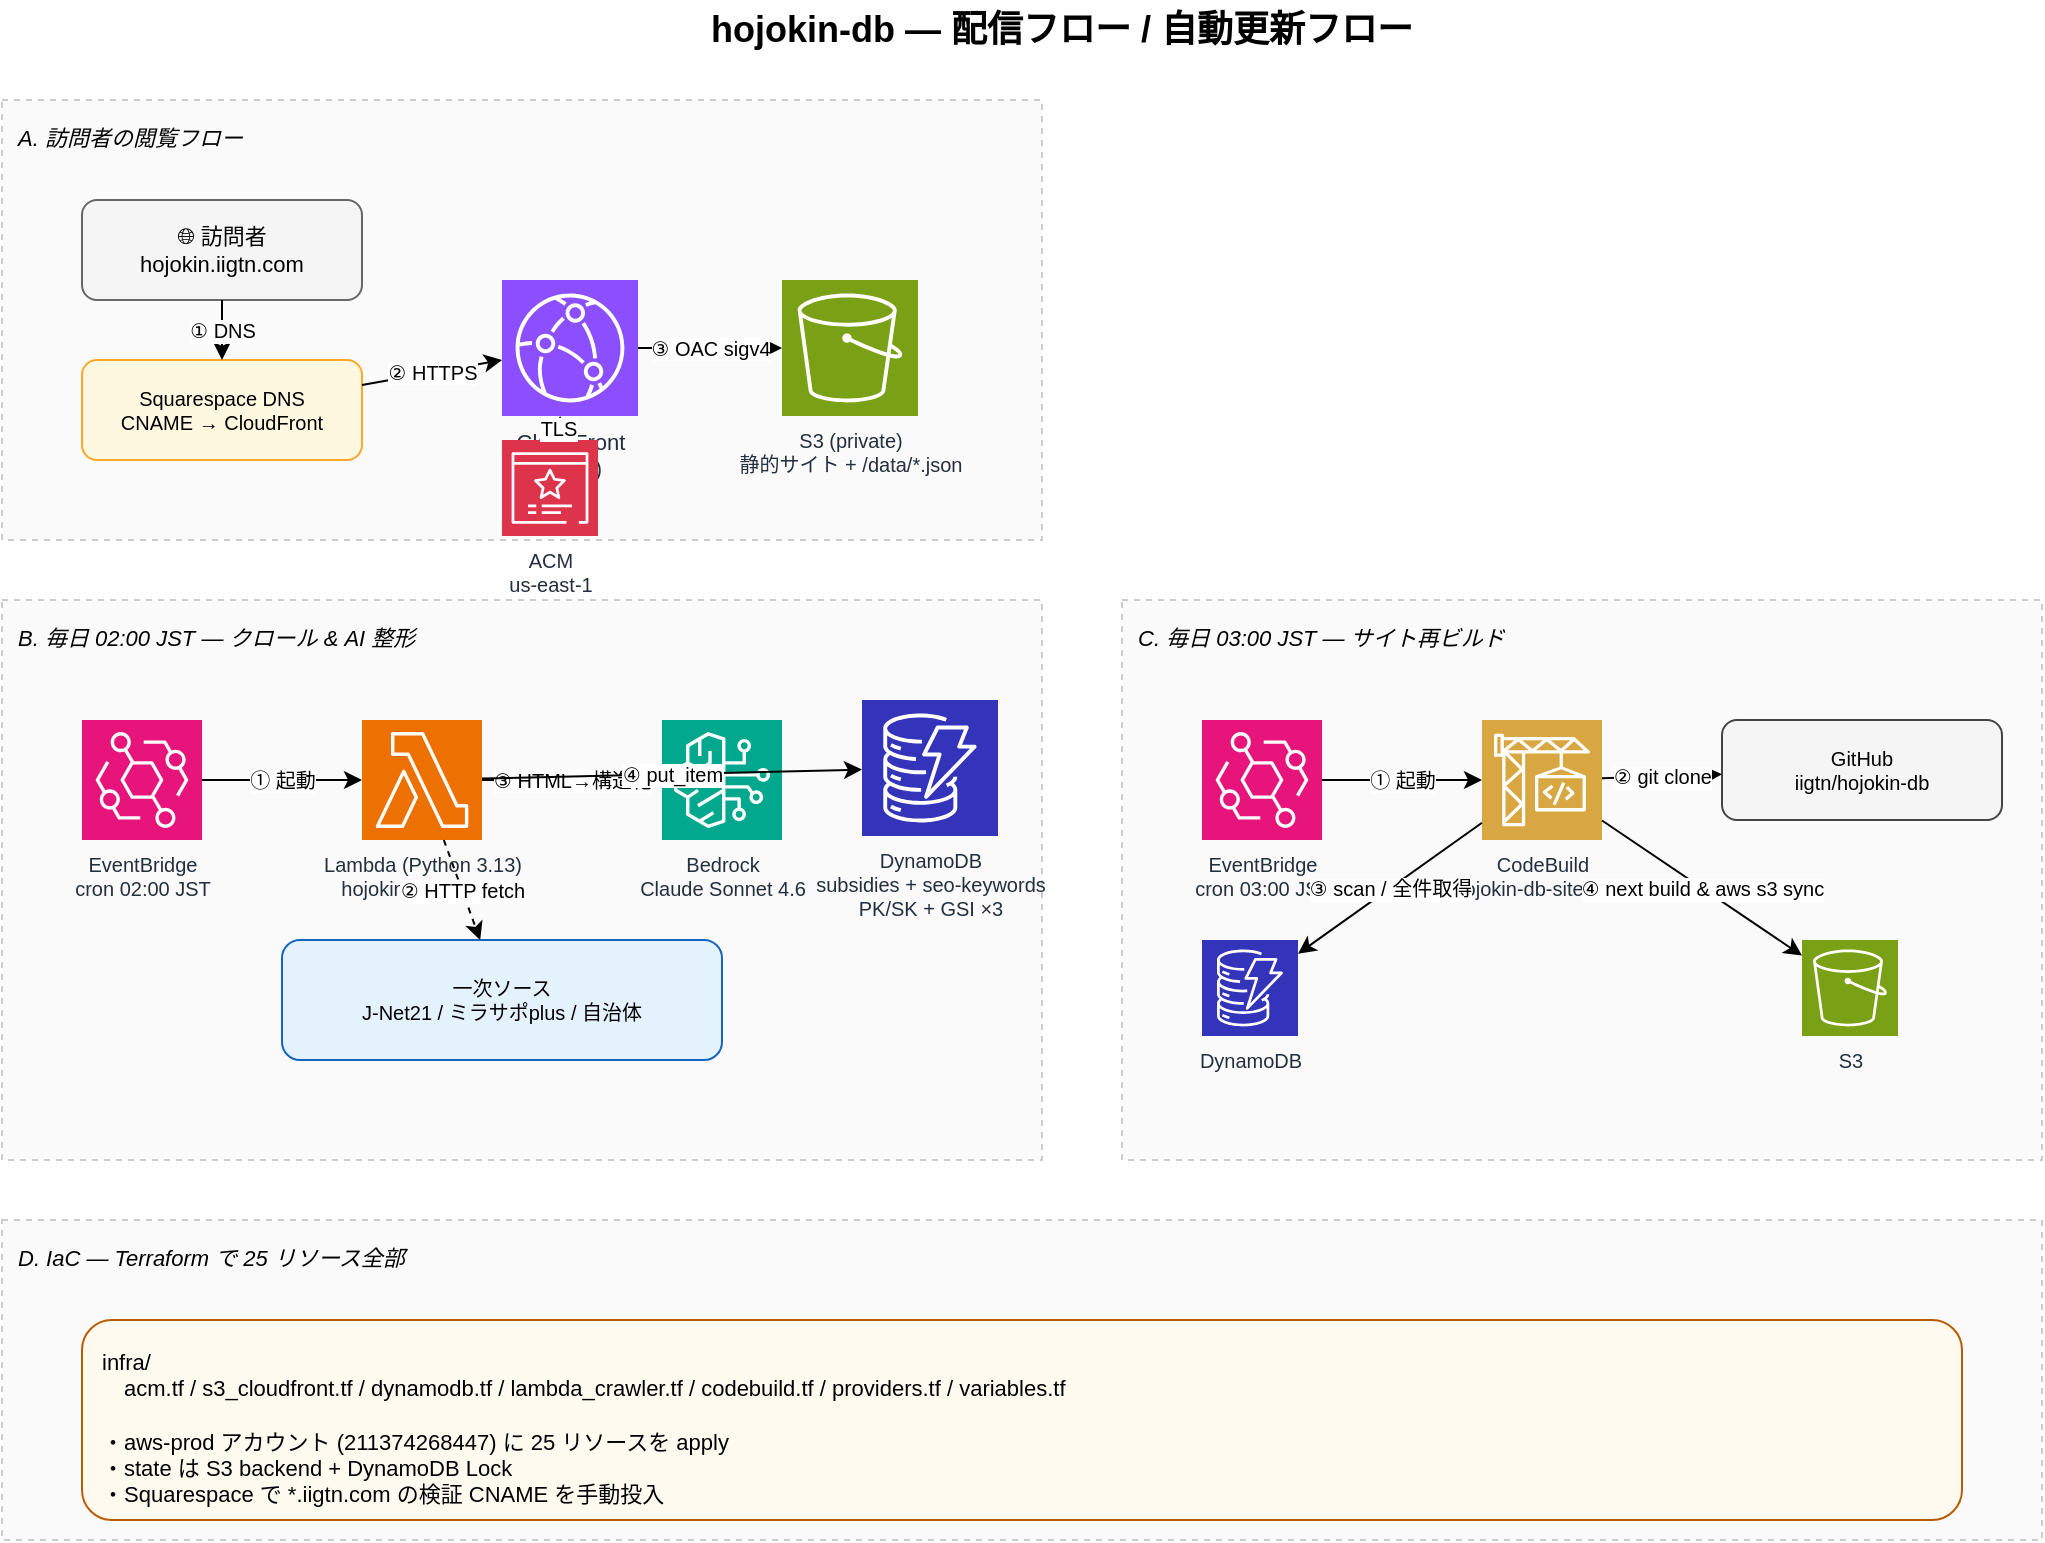
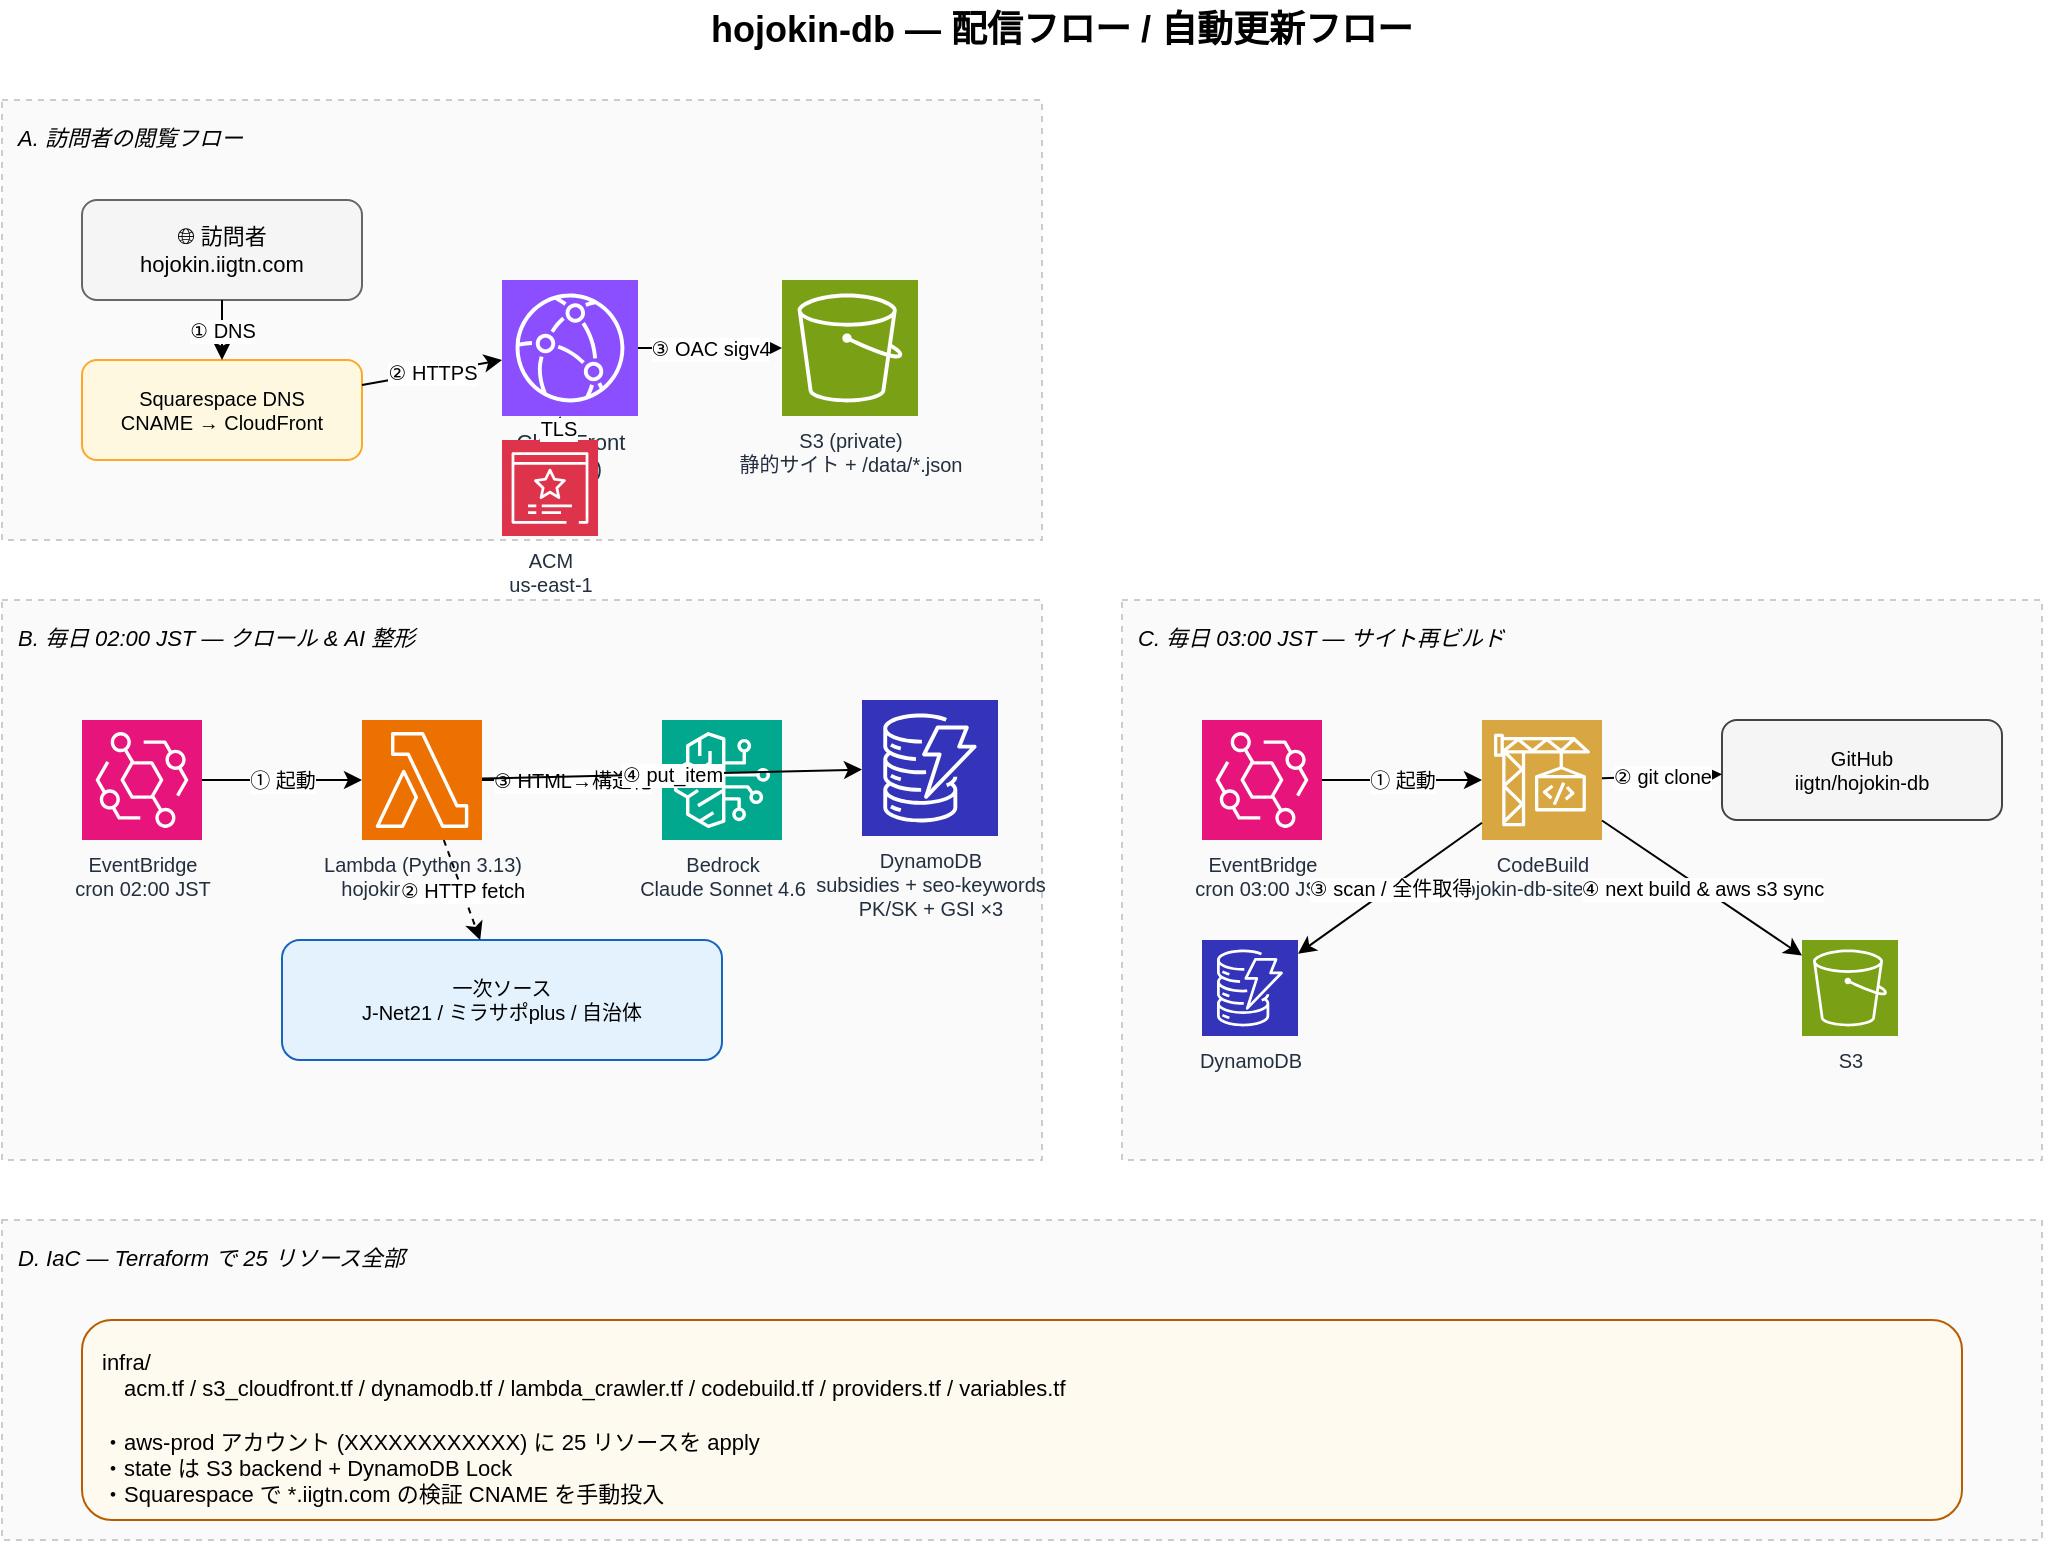
<mxfile host="lab.iigtn.com" modified="2026-04-26T12:00:00.000Z" agent="iigtn-platform" version="24.0.0">
  <diagram name="hojokin-db Architecture" id="hojokin-arch">
    <mxGraphModel dx="1400" dy="1000" grid="1" gridSize="10" guides="1" tooltips="1" connect="1" arrows="1" fold="1" page="1" pageScale="1" pageWidth="1100" pageHeight="900" math="0" shadow="0">
      <root>
        <mxCell id="0" />
        <mxCell id="1" parent="0" />

        <!-- Title -->
        <mxCell id="title" value="hojokin-db — 配信フロー / 自動更新フロー" style="text;html=1;align=center;verticalAlign=middle;whiteSpace=wrap;rounded=0;fontSize=18;fontStyle=1;" vertex="1" parent="1">
          <mxGeometry x="320" y="20" width="500" height="30" as="geometry" />
        </mxCell>

        <!-- ===== Layer A: visitor flow (top) ===== -->
        <mxCell id="lyrA" value="A. 訪問者の閲覧フロー" style="rounded=0;whiteSpace=wrap;html=1;fillColor=#fafafa;strokeColor=#cccccc;dashed=1;fontSize=11;fontStyle=2;align=left;verticalAlign=top;spacing=8;" vertex="1" parent="1">
          <mxGeometry x="40" y="70" width="520" height="220" as="geometry" />
        </mxCell>

        <mxCell id="user" value="🌐 訪問者&#xa;hojokin.iigtn.com" style="rounded=1;whiteSpace=wrap;html=1;fillColor=#f5f5f5;strokeColor=#666;fontSize=11;" vertex="1" parent="1">
          <mxGeometry x="80" y="120" width="140" height="50" as="geometry" />
        </mxCell>

        <mxCell id="dns" value="Squarespace DNS&#xa;CNAME → CloudFront" style="rounded=1;whiteSpace=wrap;html=1;fillColor=#fff8e1;strokeColor=#ffa726;fontSize=10;" vertex="1" parent="1">
          <mxGeometry x="80" y="200" width="140" height="50" as="geometry" />
        </mxCell>

        <mxCell id="cf" value="CloudFront&#xa;(OAC)" style="sketch=0;points=[[0,0,0],[0.25,0,0],[0.5,0,0],[0.75,0,0],[1,0,0],[0,1,0],[0.25,1,0],[0.5,1,0],[0.75,1,0],[1,1,0],[0,0.25,0],[0,0.5,0],[0,0.75,0],[1,0.25,0],[1,0.5,0],[1,0.75,0]];outlineConnect=0;fontColor=#232F3E;fillColor=#8C4FFF;strokeColor=#ffffff;dashed=0;verticalLabelPosition=bottom;verticalAlign=top;align=center;html=1;fontSize=11;fontStyle=0;aspect=fixed;shape=mxgraph.aws4.resourceIcon;resIcon=mxgraph.aws4.cloudfront;" vertex="1" parent="1">
          <mxGeometry x="290" y="160" width="68" height="68" as="geometry" />
        </mxCell>

        <mxCell id="acm" value="ACM&#xa;us-east-1" style="sketch=0;points=[[0,0,0],[0.25,0,0],[0.5,0,0],[0.75,0,0],[1,0,0],[0,1,0],[0.25,1,0],[0.5,1,0],[0.75,1,0],[1,1,0],[0,0.25,0],[0,0.5,0],[0,0.75,0],[1,0.25,0],[1,0.5,0],[1,0.75,0]];outlineConnect=0;fontColor=#232F3E;fillColor=#DD344C;strokeColor=#ffffff;dashed=0;verticalLabelPosition=bottom;verticalAlign=top;align=center;html=1;fontSize=10;fontStyle=0;aspect=fixed;shape=mxgraph.aws4.resourceIcon;resIcon=mxgraph.aws4.certificate_manager_3;" vertex="1" parent="1">
          <mxGeometry x="290" y="240" width="48" height="48" as="geometry" />
        </mxCell>

        <mxCell id="s3" value="S3 (private)&#xa;静的サイト + /data/*.json" style="sketch=0;points=[[0,0,0],[0.25,0,0],[0.5,0,0],[0.75,0,0],[1,0,0],[0,1,0],[0.25,1,0],[0.5,1,0],[0.75,1,0],[1,1,0],[0,0.25,0],[0,0.5,0],[0,0.75,0],[1,0.25,0],[1,0.5,0],[1,0.75,0]];outlineConnect=0;fontColor=#232F3E;fillColor=#7AA116;strokeColor=#ffffff;dashed=0;verticalLabelPosition=bottom;verticalAlign=top;align=center;html=1;fontSize=10;fontStyle=0;aspect=fixed;shape=mxgraph.aws4.resourceIcon;resIcon=mxgraph.aws4.s3;" vertex="1" parent="1">
          <mxGeometry x="430" y="160" width="68" height="68" as="geometry" />
        </mxCell>

        <mxCell id="aedge1" value="① DNS" style="endArrow=classic;html=1;fontSize=10;" edge="1" parent="1" source="user" target="dns">
          <mxGeometry relative="1" as="geometry" />
        </mxCell>
        <mxCell id="aedge2" value="② HTTPS" style="endArrow=classic;html=1;fontSize=10;" edge="1" parent="1" source="dns" target="cf">
          <mxGeometry relative="1" as="geometry" />
        </mxCell>
        <mxCell id="aedge3" value="TLS" style="endArrow=classic;dashed=1;html=1;fontSize=10;" edge="1" parent="1" source="acm" target="cf">
          <mxGeometry relative="1" as="geometry" />
        </mxCell>
        <mxCell id="aedge4" value="③ OAC sigv4" style="endArrow=classic;html=1;fontSize=10;" edge="1" parent="1" source="cf" target="s3">
          <mxGeometry relative="1" as="geometry" />
        </mxCell>

        <!-- ===== Layer B: crawler (middle-left) ===== -->
        <mxCell id="lyrB" value="B. 毎日 02:00 JST — クロール &amp; AI 整形" style="rounded=0;whiteSpace=wrap;html=1;fillColor=#fafafa;strokeColor=#cccccc;dashed=1;fontSize=11;fontStyle=2;align=left;verticalAlign=top;spacing=8;" vertex="1" parent="1">
          <mxGeometry x="40" y="320" width="520" height="280" as="geometry" />
        </mxCell>

        <mxCell id="eb1" value="EventBridge&#xa;cron 02:00 JST" style="sketch=0;points=[[0,0,0],[0.25,0,0],[0.5,0,0],[0.75,0,0],[1,0,0],[0,1,0],[0.25,1,0],[0.5,1,0],[0.75,1,0],[1,1,0],[0,0.25,0],[0,0.5,0],[0,0.75,0],[1,0.25,0],[1,0.5,0],[1,0.75,0]];outlineConnect=0;fontColor=#232F3E;fillColor=#E7157B;strokeColor=#ffffff;dashed=0;verticalLabelPosition=bottom;verticalAlign=top;align=center;html=1;fontSize=10;fontStyle=0;aspect=fixed;shape=mxgraph.aws4.resourceIcon;resIcon=mxgraph.aws4.eventbridge;" vertex="1" parent="1">
          <mxGeometry x="80" y="380" width="60" height="60" as="geometry" />
        </mxCell>

        <mxCell id="lambda" value="Lambda (Python 3.13)&#xa;hojokin-db-crawler" style="sketch=0;points=[[0,0,0],[0.25,0,0],[0.5,0,0],[0.75,0,0],[1,0,0],[0,1,0],[0.25,1,0],[0.5,1,0],[0.75,1,0],[1,1,0],[0,0.25,0],[0,0.5,0],[0,0.75,0],[1,0.25,0],[1,0.5,0],[1,0.75,0]];outlineConnect=0;fontColor=#232F3E;fillColor=#ED7100;strokeColor=#ffffff;dashed=0;verticalLabelPosition=bottom;verticalAlign=top;align=center;html=1;fontSize=10;fontStyle=0;aspect=fixed;shape=mxgraph.aws4.resourceIcon;resIcon=mxgraph.aws4.lambda;" vertex="1" parent="1">
          <mxGeometry x="220" y="380" width="60" height="60" as="geometry" />
        </mxCell>

        <mxCell id="srcs" value="一次ソース&#xa;J-Net21 / ミラサポplus / 自治体" style="rounded=1;whiteSpace=wrap;html=1;fillColor=#e3f2fd;strokeColor=#1565c0;fontSize=10;" vertex="1" parent="1">
          <mxGeometry x="180" y="490" width="220" height="60" as="geometry" />
        </mxCell>

        <mxCell id="bedrock" value="Bedrock&#xa;Claude Sonnet 4.6" style="sketch=0;points=[[0,0,0],[0.25,0,0],[0.5,0,0],[0.75,0,0],[1,0,0],[0,1,0],[0.25,1,0],[0.5,1,0],[0.75,1,0],[1,1,0],[0,0.25,0],[0,0.5,0],[0,0.75,0],[1,0.25,0],[1,0.5,0],[1,0.75,0]];outlineConnect=0;fontColor=#232F3E;fillColor=#01A88D;strokeColor=#ffffff;dashed=0;verticalLabelPosition=bottom;verticalAlign=top;align=center;html=1;fontSize=10;fontStyle=0;aspect=fixed;shape=mxgraph.aws4.resourceIcon;resIcon=mxgraph.aws4.bedrock;" vertex="1" parent="1">
          <mxGeometry x="370" y="380" width="60" height="60" as="geometry" />
        </mxCell>

        <mxCell id="ddb" value="DynamoDB&#xa;subsidies + seo-keywords&#xa;PK/SK + GSI ×3" style="sketch=0;points=[[0,0,0],[0.25,0,0],[0.5,0,0],[0.75,0,0],[1,0,0],[0,1,0],[0.25,1,0],[0.5,1,0],[0.75,1,0],[1,1,0],[0,0.25,0],[0,0.5,0],[0,0.75,0],[1,0.25,0],[1,0.5,0],[1,0.75,0]];outlineConnect=0;fontColor=#232F3E;fillColor=#3334B9;strokeColor=#ffffff;dashed=0;verticalLabelPosition=bottom;verticalAlign=top;align=center;html=1;fontSize=10;fontStyle=0;aspect=fixed;shape=mxgraph.aws4.resourceIcon;resIcon=mxgraph.aws4.dynamodb;" vertex="1" parent="1">
          <mxGeometry x="470" y="370" width="68" height="68" as="geometry" />
        </mxCell>

        <mxCell id="bedge1" value="① 起動" style="endArrow=classic;html=1;fontSize=10;" edge="1" parent="1" source="eb1" target="lambda">
          <mxGeometry relative="1" as="geometry" />
        </mxCell>
        <mxCell id="bedge2" value="② HTTP fetch" style="endArrow=classic;dashed=1;html=1;fontSize=10;" edge="1" parent="1" source="lambda" target="srcs">
          <mxGeometry relative="1" as="geometry" />
        </mxCell>
        <mxCell id="bedge3" value="③ HTML→構造化" style="endArrow=classic;html=1;fontSize=10;" edge="1" parent="1" source="lambda" target="bedrock">
          <mxGeometry relative="1" as="geometry" />
        </mxCell>
        <mxCell id="bedge4" value="④ put_item" style="endArrow=classic;html=1;fontSize=10;" edge="1" parent="1" source="lambda" target="ddb">
          <mxGeometry relative="1" as="geometry" />
        </mxCell>

        <!-- ===== Layer C: rebuild (right side) ===== -->
        <mxCell id="lyrC" value="C. 毎日 03:00 JST — サイト再ビルド" style="rounded=0;whiteSpace=wrap;html=1;fillColor=#fafafa;strokeColor=#cccccc;dashed=1;fontSize=11;fontStyle=2;align=left;verticalAlign=top;spacing=8;" vertex="1" parent="1">
          <mxGeometry x="600" y="320" width="460" height="280" as="geometry" />
        </mxCell>

        <mxCell id="eb2" value="EventBridge&#xa;cron 03:00 JST" style="sketch=0;points=[[0,0,0],[0.25,0,0],[0.5,0,0],[0.75,0,0],[1,0,0],[0,1,0],[0.25,1,0],[0.5,1,0],[0.75,1,0],[1,1,0],[0,0.25,0],[0,0.5,0],[0,0.75,0],[1,0.25,0],[1,0.5,0],[1,0.75,0]];outlineConnect=0;fontColor=#232F3E;fillColor=#E7157B;strokeColor=#ffffff;dashed=0;verticalLabelPosition=bottom;verticalAlign=top;align=center;html=1;fontSize=10;fontStyle=0;aspect=fixed;shape=mxgraph.aws4.resourceIcon;resIcon=mxgraph.aws4.eventbridge;" vertex="1" parent="1">
          <mxGeometry x="640" y="380" width="60" height="60" as="geometry" />
        </mxCell>

        <mxCell id="cb" value="CodeBuild&#xa;hojokin-db-site-build" style="sketch=0;points=[[0,0,0],[0.25,0,0],[0.5,0,0],[0.75,0,0],[1,0,0],[0,1,0],[0.25,1,0],[0.5,1,0],[0.75,1,0],[1,1,0],[0,0.25,0],[0,0.5,0],[0,0.75,0],[1,0.25,0],[1,0.5,0],[1,0.75,0]];outlineConnect=0;fontColor=#232F3E;fillColor=#D9A741;strokeColor=#ffffff;dashed=0;verticalLabelPosition=bottom;verticalAlign=top;align=center;html=1;fontSize=10;fontStyle=0;aspect=fixed;shape=mxgraph.aws4.resourceIcon;resIcon=mxgraph.aws4.codebuild;" vertex="1" parent="1">
          <mxGeometry x="780" y="380" width="60" height="60" as="geometry" />
        </mxCell>

        <mxCell id="github" value="GitHub&#xa;iigtn/hojokin-db" style="rounded=1;whiteSpace=wrap;html=1;fillColor=#f5f5f5;strokeColor=#444;fontSize=10;" vertex="1" parent="1">
          <mxGeometry x="900" y="380" width="140" height="50" as="geometry" />
        </mxCell>

        <mxCell id="ddb2" value="DynamoDB" style="sketch=0;points=[[0,0,0],[0.25,0,0],[0.5,0,0],[0.75,0,0],[1,0,0],[0,1,0],[0.25,1,0],[0.5,1,0],[0.75,1,0],[1,1,0],[0,0.25,0],[0,0.5,0],[0,0.75,0],[1,0.25,0],[1,0.5,0],[1,0.75,0]];outlineConnect=0;fontColor=#232F3E;fillColor=#3334B9;strokeColor=#ffffff;dashed=0;verticalLabelPosition=bottom;verticalAlign=top;align=center;html=1;fontSize=10;fontStyle=0;aspect=fixed;shape=mxgraph.aws4.resourceIcon;resIcon=mxgraph.aws4.dynamodb;" vertex="1" parent="1">
          <mxGeometry x="640" y="490" width="48" height="48" as="geometry" />
        </mxCell>

        <mxCell id="s3b" value="S3" style="sketch=0;points=[[0,0,0],[0.25,0,0],[0.5,0,0],[0.75,0,0],[1,0,0],[0,1,0],[0.25,1,0],[0.5,1,0],[0.75,1,0],[1,1,0],[0,0.25,0],[0,0.5,0],[0,0.75,0],[1,0.25,0],[1,0.5,0],[1,0.75,0]];outlineConnect=0;fontColor=#232F3E;fillColor=#7AA116;strokeColor=#ffffff;dashed=0;verticalLabelPosition=bottom;verticalAlign=top;align=center;html=1;fontSize=10;fontStyle=0;aspect=fixed;shape=mxgraph.aws4.resourceIcon;resIcon=mxgraph.aws4.s3;" vertex="1" parent="1">
          <mxGeometry x="940" y="490" width="48" height="48" as="geometry" />
        </mxCell>

        <mxCell id="cedge1" value="① 起動" style="endArrow=classic;html=1;fontSize=10;" edge="1" parent="1" source="eb2" target="cb">
          <mxGeometry relative="1" as="geometry" />
        </mxCell>
        <mxCell id="cedge2" value="② git clone" style="endArrow=classic;html=1;fontSize=10;" edge="1" parent="1" source="cb" target="github">
          <mxGeometry relative="1" as="geometry" />
        </mxCell>
        <mxCell id="cedge3" value="③ scan / 全件取得" style="endArrow=classic;html=1;fontSize=10;" edge="1" parent="1" source="cb" target="ddb2">
          <mxGeometry relative="1" as="geometry" />
        </mxCell>
        <mxCell id="cedge4" value="④ next build &amp; aws s3 sync" style="endArrow=classic;html=1;fontSize=10;" edge="1" parent="1" source="cb" target="s3b">
          <mxGeometry relative="1" as="geometry" />
        </mxCell>

        <!-- ===== Layer D: IaC (bottom) ===== -->
        <mxCell id="lyrD" value="D. IaC — Terraform で 25 リソース全部" style="rounded=0;whiteSpace=wrap;html=1;fillColor=#fafafa;strokeColor=#cccccc;dashed=1;fontSize=11;fontStyle=2;align=left;verticalAlign=top;spacing=8;" vertex="1" parent="1">
          <mxGeometry x="40" y="630" width="1020" height="160" as="geometry" />
        </mxCell>

-         <mxCell id="tfdesc" value="infra/&#xa;　acm.tf / s3_cloudfront.tf / dynamodb.tf / lambda_crawler.tf / codebuild.tf / providers.tf / variables.tf&#xa;&#xa;・aws-prod アカウント (211374268447) に 25 リソースを apply&#xa;・state は S3 backend + DynamoDB Lock&#xa;・Squarespace で *.iigtn.com の検証 CNAME を手動投入" style="rounded=1;whiteSpace=wrap;html=1;fillColor=#fffaf0;strokeColor=#b85c00;fontSize=11;align=left;verticalAlign=top;spacing=10;" vertex="1" parent="1">
+         <mxCell id="tfdesc" value="infra/&#xa;　acm.tf / s3_cloudfront.tf / dynamodb.tf / lambda_crawler.tf / codebuild.tf / providers.tf / variables.tf&#xa;&#xa;・aws-prod アカウント (XXXXXXXXXXXX) に 25 リソースを apply&#xa;・state は S3 backend + DynamoDB Lock&#xa;・Squarespace で *.iigtn.com の検証 CNAME を手動投入" style="rounded=1;whiteSpace=wrap;html=1;fillColor=#fffaf0;strokeColor=#b85c00;fontSize=11;align=left;verticalAlign=top;spacing=10;" vertex="1" parent="1">
          <mxGeometry x="80" y="680" width="940" height="100" as="geometry" />
        </mxCell>

      </root>
    </mxGraphModel>
  </diagram>
</mxfile>
